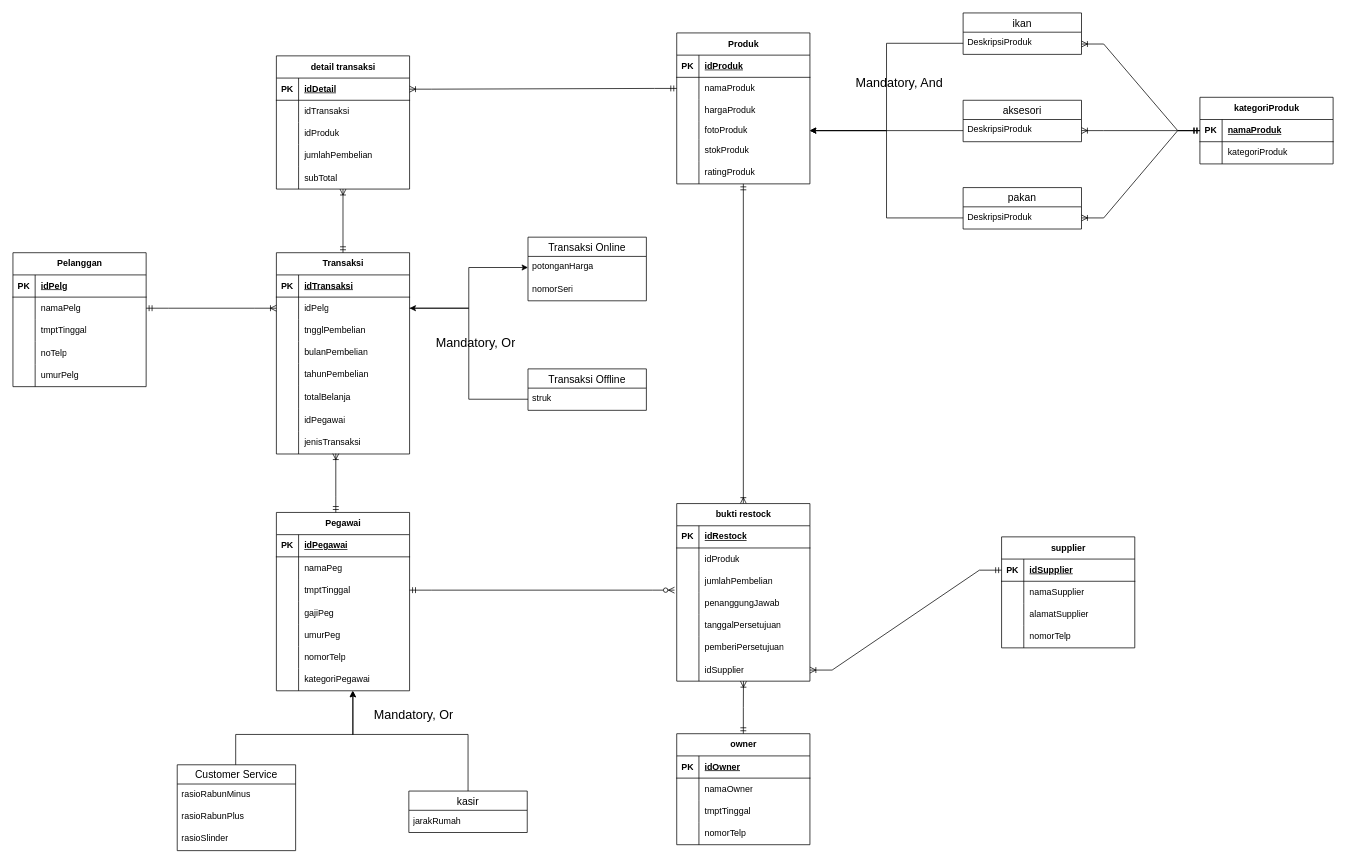
Before: Diagram Tanpa Judul.drawio in shinoaaa/flowchartttz, a draw.io diagram. Source tidied: cells renumbered, new cells numbered last; positions are measured from the earlier drawing's top-left corner, leaving out a move shared by most shapes. Both pictures are drawn from the tidied source at 74%, with x=0, y=0 at pixel (13, 13).
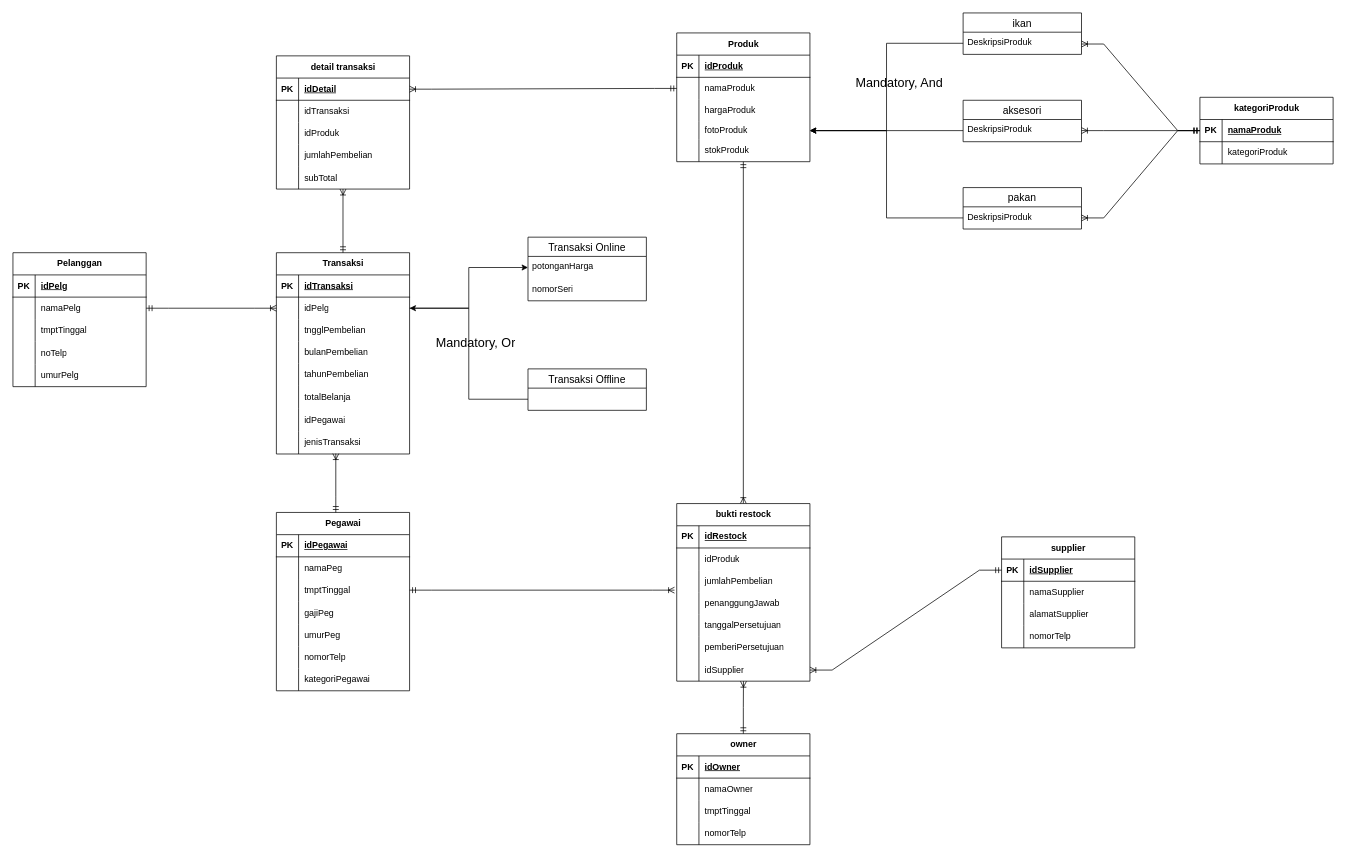
The same diagram, later.

The change refers to these unchanged cells:
```xml
<mxCell id="22" style="shape=tableRow;horizontal=0;startSize=0;swimlaneHead=0;swimlaneBody=0;fillColor=none;points=[[0,0.5],[1,0.5]];portConstraint=eastwest;top=0;left=0;right=0;bottom=0;" parent="18" vertex="1">
  <mxGeometry y="60" width="180" height="30" as="geometry" />
</mxCell>
<mxCell id="50" style="shape=tableRow;horizontal=0;startSize=0;swimlaneHead=0;swimlaneBody=0;fillColor=none;points=[[0,0.5],[1,0.5]];portConstraint=eastwest;top=0;left=0;right=0;bottom=0;" parent="43" vertex="1">
  <mxGeometry y="90" width="180" height="30" as="geometry" />
</mxCell>
<mxCell id="62" style="shape=tableRow;horizontal=0;startSize=0;swimlaneHead=0;swimlaneBody=0;fillColor=none;points=[[0,0.5],[1,0.5]];portConstraint=eastwest;top=0;left=0;right=0;bottom=0;" parent="43" vertex="1">
  <mxGeometry y="211" width="180" height="30" as="geometry" />
</mxCell>
<mxCell id="108" value="Transaksi Offline" style="swimlane;fontStyle=0;horizontal=1;startSize=26;align=center;fontSize=14;" parent="1" vertex="1">
  <mxGeometry x="696" y="481" width="160" height="56" as="geometry" />
</mxCell>
```

What changed in the source:
```diff
@@
     <mxCell id="83" value="Produk" style="shape=table;startSize=30;childLayout=tableLayout;rowLines=0;fontStyle=1;align=center;html=1;" parent="1" vertex="1">
-      <mxGeometry x="897" y="27" width="180" height="204" as="geometry" />
+      <mxGeometry x="897" y="27" width="180" height="174" as="geometry" />
     </mxCell>
@@
-    <mxCell id="99" style="shape=tableRow;horizontal=0;startSize=0;swimlaneHead=0;swimlaneBody=0;fillColor=none;top=0;left=0;right=0;bottom=0;" parent="83" vertex="1">
-      <mxGeometry y="174" width="180" height="30" as="geometry" />
-    </mxCell>
-    <mxCell id="100" style="shape=partialRectangle;fillColor=none;top=0;left=0;bottom=0;right=0;overflow=hidden;whiteSpace=wrap;html=1;" parent="99" vertex="1">
-      <mxGeometry width="30" height="30" as="geometry" />
-    </mxCell>
-    <mxCell id="101" value="ratingProduk" style="shape=partialRectangle;fillColor=none;top=0;left=0;bottom=0;right=0;align=left;spacingLeft=6;overflow=hidden;whiteSpace=wrap;html=1;" parent="99" vertex="1">
-      <mxGeometry x="30" width="150" height="30" as="geometry" />
-    </mxCell>
@@
-    <mxCell id="109" value="struk" style="text;strokeColor=none;fillColor=none;spacingLeft=4;spacingRight=4;overflow=hidden;points=[[0,0.5],[1,0.5]];portConstraint=eastwest;fontSize=12;whiteSpace=wrap;html=1;" parent="108" vertex="1">
-      <mxGeometry y="26" width="160" height="30" as="geometry" />
-    </mxCell>
@@
-    <mxCell id="113" value="Customer Service" style="swimlane;fontStyle=0;horizontal=1;startSize=26;align=center;fontSize=14;" parent="1" vertex="1">
-      <mxGeometry x="222" y="1016" width="160" height="116" as="geometry" />
-    </mxCell>
-    <mxCell id="114" value="rasioRabunMinus" style="text;strokeColor=none;fillColor=none;spacingLeft=4;spacingRight=4;overflow=hidden;fontSize=12;whiteSpace=wrap;html=1;" parent="113" vertex="1">
-      <mxGeometry y="26" width="160" height="30" as="geometry" />
-    </mxCell>
-    <mxCell id="115" value="rasioRabunPlus" style="text;strokeColor=none;fillColor=none;spacingLeft=4;spacingRight=4;overflow=hidden;fontSize=12;whiteSpace=wrap;html=1;" parent="113" vertex="1">
-      <mxGeometry y="56" width="160" height="30" as="geometry" />
-    </mxCell>
-    <mxCell id="116" value="rasioSlinder" style="text;strokeColor=none;fillColor=none;spacingLeft=4;spacingRight=4;overflow=hidden;fontSize=12;whiteSpace=wrap;html=1;" parent="113" vertex="1">
-      <mxGeometry y="86" width="160" height="30" as="geometry" />
-    </mxCell>
-    <mxCell id="117" style="edgeStyle=orthogonalEdgeStyle;rounded=0;jettySize=auto;html=1;entryX=1;entryY=0.5;entryDx=0;entryDy=0;" parent="1" edge="1" source="109" target="22">
-      <mxGeometry relative="1" as="geometry" />
+    <mxCell id="117" style="edgeStyle=orthogonalEdgeStyle;rounded=0;jettySize=auto;html=1;entryX=1;entryY=0.5;entryDx=0;entryDy=0;" parent="1" edge="1" target="22">
+      <mxGeometry relative="1" as="geometry">
+        <mxPoint x="696" y="522" as="sourcePoint" />
+        <Array as="points">
+          <mxPoint x="616" y="522" />
+          <mxPoint x="616" y="399" />
+        </Array>
+      </mxGeometry>
     </mxCell>
-    <mxCell id="118" style="edgeStyle=orthogonalEdgeStyle;rounded=0;jettySize=auto;html=1;entryX=0.576;entryY=1.012;entryDx=0;entryDy=0;entryPerimeter=0;" parent="1" edge="1" source="113" target="62">
-      <mxGeometry relative="1" as="geometry">
-        <Array as="points">
-          <mxPoint x="301" y="975" />
-          <mxPoint x="459" y="975" />
-          <mxPoint x="459" y="916" />
-        </Array>
-      </mxGeometry>
-    </mxCell>
-    <mxCell id="119" value="kasir" style="swimlane;fontStyle=0;horizontal=1;startSize=26;align=center;fontSize=14;" parent="1" vertex="1">
-      <mxGeometry x="535" y="1051.5" width="160" height="56" as="geometry" />
-    </mxCell>
-    <mxCell id="120" value="jarakRumah" style="text;strokeColor=none;fillColor=none;spacingLeft=4;spacingRight=4;overflow=hidden;fontSize=12;whiteSpace=wrap;html=1;" parent="119" vertex="1">
-      <mxGeometry y="26" width="160" height="30" as="geometry" />
-    </mxCell>
-    <mxCell id="121" style="edgeStyle=orthogonalEdgeStyle;rounded=0;jettySize=auto;html=1;" parent="1" edge="1" source="119">
-      <mxGeometry relative="1" as="geometry">
-        <mxPoint x="459" y="916" as="targetPoint" />
-        <Array as="points">
-          <mxPoint x="615" y="975" />
-          <mxPoint x="459" y="975" />
-          <mxPoint x="459" y="917" />
-        </Array>
-      </mxGeometry>
-    </mxCell>
-    <mxCell id="122" value="Mandatory, Or" style="text;strokeColor=none;fillColor=none;spacingLeft=4;spacingRight=4;overflow=hidden;fontSize=17;whiteSpace=wrap;html=1;" parent="1" vertex="1">
-      <mxGeometry x="482" y="933" width="118" height="30" as="geometry" />
-    </mxCell>
@@
-    <mxCell id="179" style="edgeStyle=entityRelationEdgeStyle;fontSize=12;html=1;endArrow=ERzeroToMany;endFill=1;rounded=0;exitX=1;exitY=0.5;exitDx=0;exitDy=0;startArrow=ERmandOne;startFill=0;" parent="1" edge="1" source="50">
+    <mxCell id="179" style="edgeStyle=entityRelationEdgeStyle;fontSize=12;html=1;endArrow=ERoneToMany;endFill=0;rounded=0;exitX=1;exitY=0.5;exitDx=0;exitDy=0;startArrow=ERmandOne;startFill=0;" parent="1" edge="1" source="50">
       <mxGeometry relative="1" as="geometry">
         <mxPoint x="894" y="780" as="targetPoint" />
       </mxGeometry>
     </mxCell>
```
